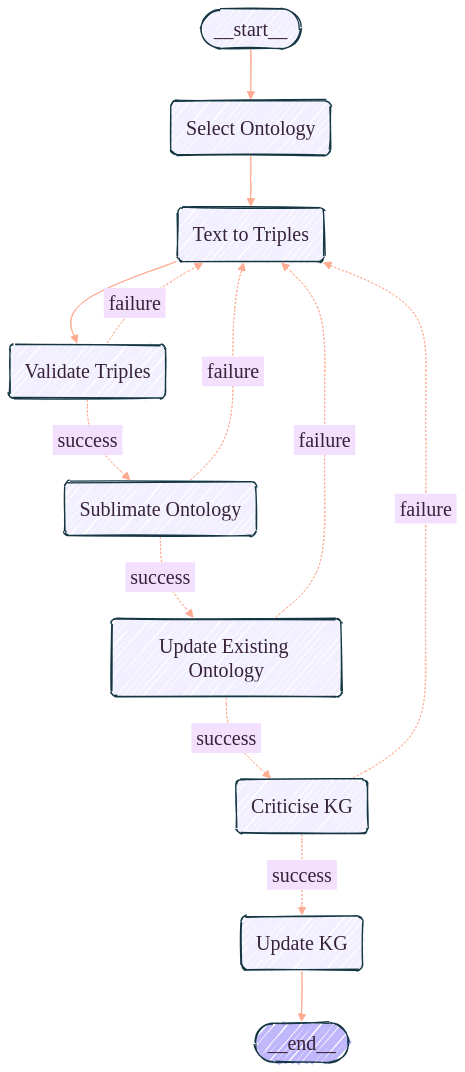
This is graph.png from genericrobot77/ontocast, a Mermaid export, as it was before one commit. Its source is kept beside it as graph.mmd.
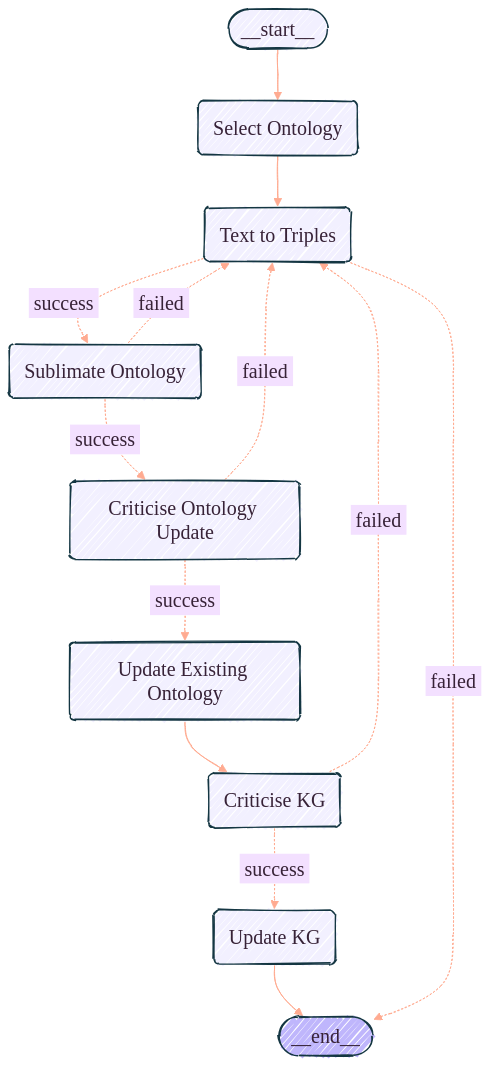
After the change.

Commit message:
WIP: agent graph

Diff of the diagram source:
```diff
@@ -19,21 +19,23 @@
 	Select_Ontology(Select Ontology)
 	Text_to_Triples(Text to Triples)
 	Sublimate_Ontology(Sublimate Ontology)
+	Criticise_Ontology_Update(Criticise Ontology Update)
 	Update_Existing_Ontology(Update Existing Ontology)
 	Criticise_KG(Criticise KG)
 	Update_KG(Update KG)
 	__end__([<p>__end__</p>]):::last
 	Select_Ontology --> Text_to_Triples;
+	Update_Existing_Ontology --> Criticise_KG;
 	Update_KG --> __end__;
 	__start__ --> Select_Ontology;
 	Text_to_Triples -. &nbsp;success&nbsp; .-> Sublimate_Ontology;
-	Text_to_Triples -. &nbsp;failure&nbsp; .-> __end__;
-	Sublimate_Ontology -. &nbsp;success&nbsp; .-> Update_Existing_Ontology;
-	Sublimate_Ontology -. &nbsp;failure&nbsp; .-> Text_to_Triples;
-	Update_Existing_Ontology -. &nbsp;success&nbsp; .-> Criticise_KG;
-	Update_Existing_Ontology -. &nbsp;failure&nbsp; .-> Text_to_Triples;
+	Criticise_Ontology_Update -. &nbsp;success&nbsp; .-> Update_Existing_Ontology;
+	Criticise_Ontology_Update -. &nbsp;failed&nbsp; .-> Text_to_Triples;
+	Sublimate_Ontology -. &nbsp;success&nbsp; .-> Criticise_Ontology_Update;
+	Sublimate_Ontology -. &nbsp;failed&nbsp; .-> Text_to_Triples;
 	Criticise_KG -. &nbsp;success&nbsp; .-> Update_KG;
-	Criticise_KG -. &nbsp;failure&nbsp; .-> Text_to_Triples;
+	Criticise_KG -. &nbsp;failed&nbsp; .-> Text_to_Triples;
+	Text_to_Triples -. &nbsp;failed&nbsp; .-> Text_to_Triples;
 	classDef default fill:#f2f0ff,line-height:1.2
 	classDef first fill-opacity:0
 	classDef last fill:#bfb6fc
```
